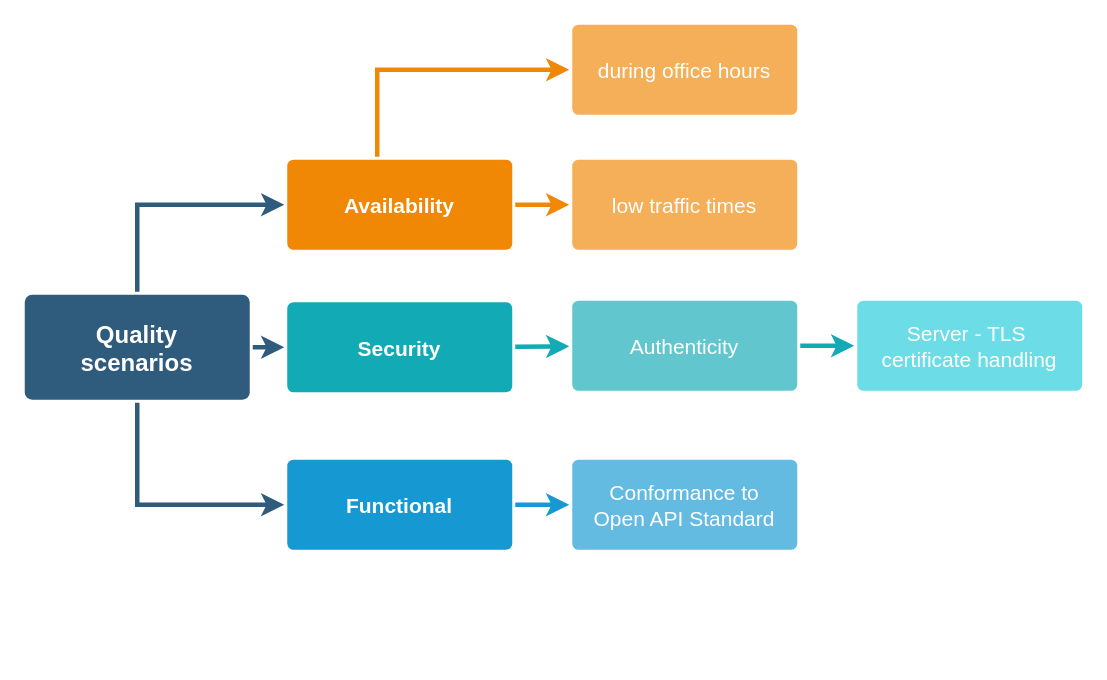
tsdicloud/arcdoc-template keeps this draw.io diagram as diagrams/qualitytree_en.drawio. Above is the earlier version. Source tidied: cells renumbered, new cells numbered last; positions are measured from the earlier drawing's top-left corner, leaving out a move shared by most shapes. Both pictures are drawn from the tidied source at 150%, with x=0, y=0 at pixel (24, 24).
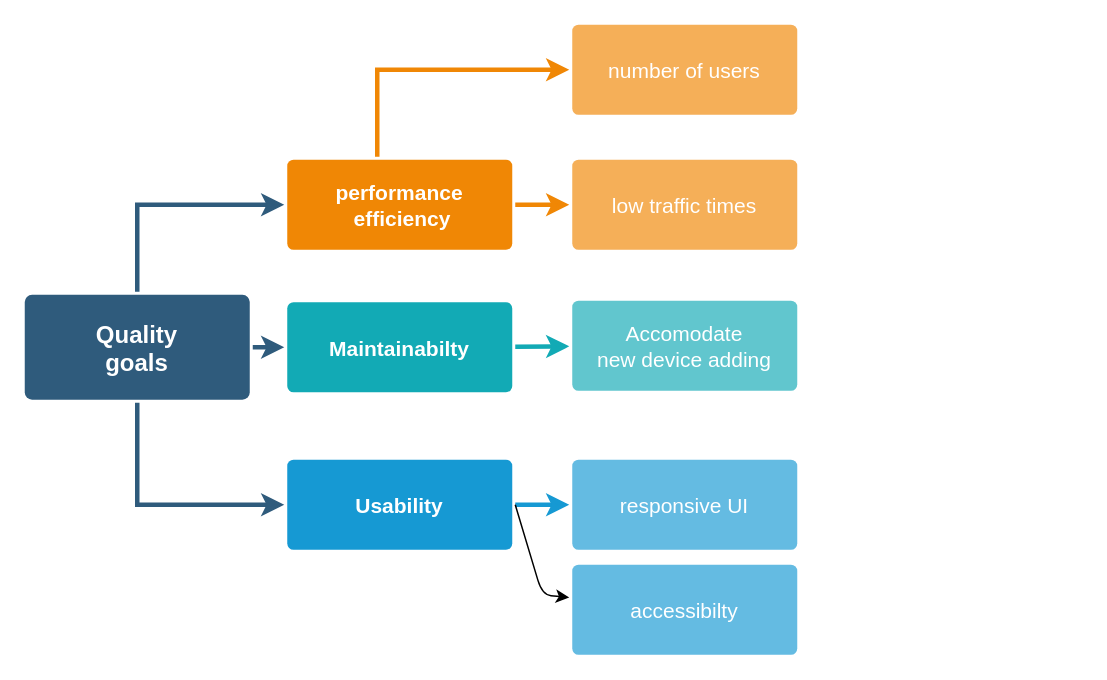
The same diagram, later.

What changed in the source:
```diff
@@
-    <mxCell id="5" value="Quality&#10;scenarios" style="rounded=1;shadow=0;labelBackgroundColor=none;strokeColor=none;strokeWidth=3;fillColor=#2F5B7C;fontFamily=Helvetica;fontSize=16;fontColor=#FFFFFF;align=center;fontStyle=1;spacing=5;arcSize=7;perimeterSpacing=2;" parent="1" vertex="1">
+    <mxCell id="5" value="Quality&#10;goals" style="rounded=1;shadow=0;labelBackgroundColor=none;strokeColor=none;strokeWidth=3;fillColor=#2F5B7C;fontFamily=Helvetica;fontSize=16;fontColor=#FFFFFF;align=center;fontStyle=1;spacing=5;arcSize=7;perimeterSpacing=2;" parent="1" vertex="1">
       <mxGeometry y="180" width="150" height="70" as="geometry" />
     </mxCell>
@@
-    <mxCell id="7" value="Functional" style="rounded=1;shadow=0;labelBackgroundColor=none;strokeColor=none;strokeWidth=3;fillColor=#1699d3;fontFamily=Helvetica;fontSize=14;fontColor=#FFFFFF;align=center;spacing=5;fontStyle=1;arcSize=7;perimeterSpacing=2;" parent="1" vertex="1">
+    <mxCell id="7" value="Usability" style="rounded=1;shadow=0;labelBackgroundColor=none;strokeColor=none;strokeWidth=3;fillColor=#1699d3;fontFamily=Helvetica;fontSize=14;fontColor=#FFFFFF;align=center;spacing=5;fontStyle=1;arcSize=7;perimeterSpacing=2;" parent="1" vertex="1">
       <mxGeometry x="175" y="290" width="150" height="60" as="geometry" />
     </mxCell>
-    <mxCell id="8" value="Conformance to&#10;Open API Standard" style="rounded=1;shadow=0;labelBackgroundColor=none;strokeColor=none;strokeWidth=3;fillColor=#64bbe2;fontFamily=Helvetica;fontSize=14;fontColor=#FFFFFF;align=center;spacing=5;arcSize=7;perimeterSpacing=2;" parent="1" vertex="1">
+    <mxCell id="8" value="responsive UI" style="rounded=1;shadow=0;labelBackgroundColor=none;strokeColor=none;strokeWidth=3;fillColor=#64bbe2;fontFamily=Helvetica;fontSize=14;fontColor=#FFFFFF;align=center;spacing=5;arcSize=7;perimeterSpacing=2;" parent="1" vertex="1">
       <mxGeometry x="365" y="290" width="150" height="60" as="geometry" />
     </mxCell>
-    <mxCell id="9" value="Availability" style="rounded=1;shadow=0;labelBackgroundColor=none;strokeColor=none;strokeWidth=3;fillColor=#F08705;fontFamily=Helvetica;fontSize=14;fontColor=#FFFFFF;align=center;spacing=5;fontStyle=1;arcSize=7;perimeterSpacing=2;" parent="1" vertex="1">
+    <mxCell id="9" value="performance&#10; efficiency" style="rounded=1;shadow=0;labelBackgroundColor=none;strokeColor=none;strokeWidth=3;fillColor=#F08705;fontFamily=Helvetica;fontSize=14;fontColor=#FFFFFF;align=center;spacing=5;fontStyle=1;arcSize=7;perimeterSpacing=2;" parent="1" vertex="1">
       <mxGeometry x="175" y="90" width="150" height="60" as="geometry" />
     </mxCell>
@@
-    <mxCell id="12" value="during office hours" style="rounded=1;shadow=0;labelBackgroundColor=none;strokeColor=none;strokeWidth=3;fillColor=#f5af58;fontFamily=Helvetica;fontSize=14;fontColor=#FFFFFF;align=center;spacing=5;arcSize=7;perimeterSpacing=2;" parent="1" vertex="1">
+    <mxCell id="12" value="number of users" style="rounded=1;shadow=0;labelBackgroundColor=none;strokeColor=none;strokeWidth=3;fillColor=#f5af58;fontFamily=Helvetica;fontSize=14;fontColor=#FFFFFF;align=center;spacing=5;arcSize=7;perimeterSpacing=2;" parent="1" vertex="1">
       <mxGeometry x="365" width="150" height="60" as="geometry" />
     </mxCell>
@@
-    <mxCell id="14" value="Security" style="rounded=1;shadow=0;labelBackgroundColor=none;strokeColor=none;strokeWidth=3;fillColor=#12aab5;fontFamily=Helvetica;fontSize=14;fontColor=#FFFFFF;align=center;spacing=5;fontStyle=1;arcSize=7;perimeterSpacing=2;" parent="1" vertex="1">
+    <mxCell id="14" value="Maintainabilty" style="rounded=1;shadow=0;labelBackgroundColor=none;strokeColor=none;strokeWidth=3;fillColor=#12aab5;fontFamily=Helvetica;fontSize=14;fontColor=#FFFFFF;align=center;spacing=5;fontStyle=1;arcSize=7;perimeterSpacing=2;" parent="1" vertex="1">
       <mxGeometry x="175" y="185" width="150" height="60" as="geometry" />
     </mxCell>
-    <mxCell id="15" value="Authenticity" style="rounded=1;shadow=0;labelBackgroundColor=none;strokeColor=none;strokeWidth=3;fillColor=#61c6ce;fontFamily=Helvetica;fontSize=14;fontColor=#FFFFFF;align=center;spacing=5;fontStyle=0;arcSize=7;perimeterSpacing=2;" parent="1" vertex="1">
+    <mxCell id="15" value="Accomodate &#10;new device adding" style="rounded=1;shadow=0;labelBackgroundColor=none;strokeColor=none;strokeWidth=3;fillColor=#61c6ce;fontFamily=Helvetica;fontSize=14;fontColor=#FFFFFF;align=center;spacing=5;fontStyle=0;arcSize=7;perimeterSpacing=2;" parent="1" vertex="1">
       <mxGeometry x="365" y="184" width="150" height="60" as="geometry" />
     </mxCell>
@@
-    <mxCell id="17" value="Server - TLS &#10;certificate handling" style="rounded=1;shadow=0;labelBackgroundColor=none;strokeColor=none;strokeWidth=3;fillColor=#6CDDE6;fontFamily=Helvetica;fontSize=14;fontColor=#FFFFFF;align=center;spacing=5;fontStyle=0;arcSize=7;perimeterSpacing=2;" parent="1" vertex="1">
-      <mxGeometry x="555" y="184" width="150" height="60" as="geometry" />
-    </mxCell>
-    <mxCell id="18" style="edgeStyle=none;rounded=1;jumpStyle=none;shadow=0;labelBackgroundColor=none;startArrow=none;startFill=0;jettySize=auto;strokeColor=#12AAB5;strokeWidth=3;fontFamily=Helvetica;fontSize=14;fontColor=#FFFFFF;spacing=5;fontStyle=1;fillColor=#b0e3e6;exitX=1;exitY=0.5;exitDx=0;exitDy=0;" parent="1" edge="1" source="15" target="17">
-      <mxGeometry relative="1" as="geometry" />
-    </mxCell>
+    <mxCell id="19" value="accessibilty" style="rounded=1;shadow=0;labelBackgroundColor=none;strokeColor=none;strokeWidth=3;fillColor=#64bbe2;fontFamily=Helvetica;fontSize=14;fontColor=#FFFFFF;align=center;spacing=5;arcSize=7;perimeterSpacing=2;" parent="1" vertex="1">
+      <mxGeometry x="365" y="360" width="150" height="60" as="geometry" />
+    </mxCell>
+    <mxCell id="20" style="endArrow=classic;html=1;exitX=1;exitY=0.5;exitDx=0;exitDy=0;" parent="1" edge="1" source="7" target="19">
+      <mxGeometry relative="1" as="geometry">
+        <Array as="points">
+          <mxPoint x="345" y="380" />
+        </Array>
+      </mxGeometry>
+    </mxCell>
```
